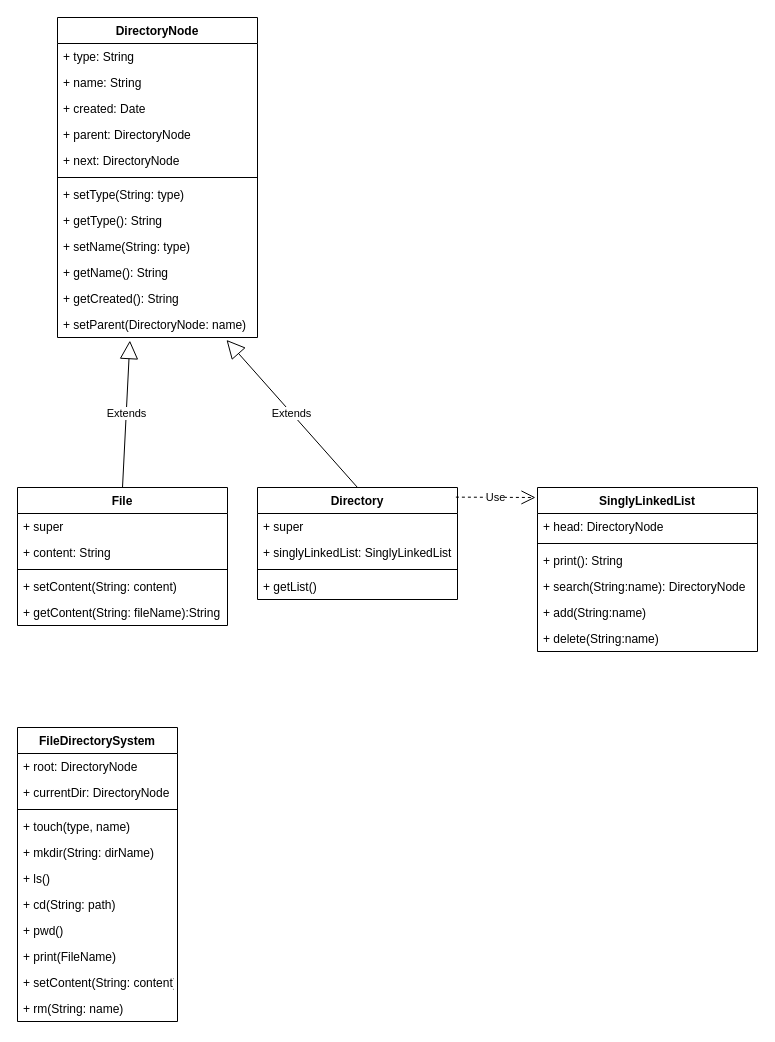
This is classDiagram.drawio from Takasu-y/file_directory_system, a draw.io file, before an edit. Source tidied: cells renumbered, new cells numbered last; positions are measured from the earlier drawing's top-left corner, leaving out a move shared by most shapes. Both pictures are drawn from the tidied source at 100%, with x=0, y=0 at pixel (17, 17).
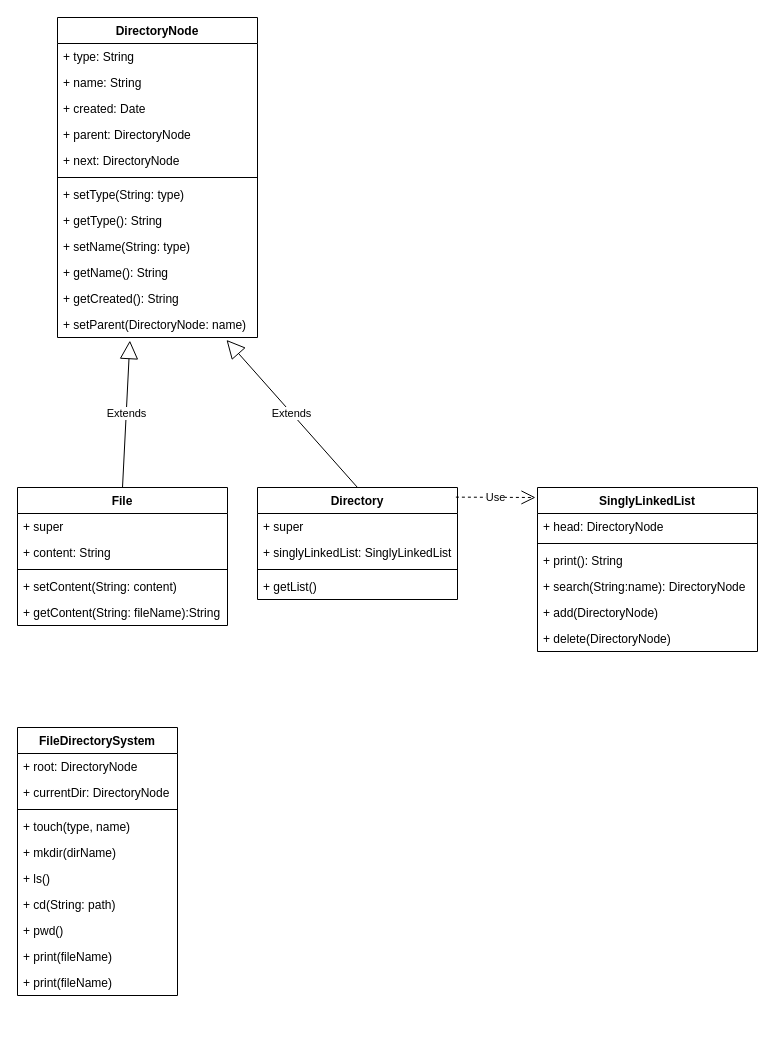
The same page after the edit.

Commit message:
SinglyLinkedListのクラス図を修正

The change refers to these unchanged cells:
```xml
<mxCell id="29" value="SinglyLinkedList" style="swimlane;fontStyle=1;align=center;verticalAlign=top;horizontal=1;startSize=26;" parent="1" vertex="1">
  <mxGeometry x="520" y="470" width="220" height="164" as="geometry" />
</mxCell>
```

The edit, as a diff of the source:
```diff
@@
-    <mxCell id="34" value="+ add(String:name)" style="text;strokeColor=none;fillColor=none;align=left;verticalAlign=top;spacingLeft=4;spacingRight=4;overflow=hidden;" parent="29" vertex="1">
+    <mxCell id="34" value="+ add(DirectoryNode)" style="text;strokeColor=none;fillColor=none;align=left;verticalAlign=top;spacingLeft=4;spacingRight=4;overflow=hidden;" parent="29" vertex="1">
       <mxGeometry y="112" width="220" height="26" as="geometry" />
     </mxCell>
-    <mxCell id="35" value="+ delete(String:name)" style="text;strokeColor=none;fillColor=none;align=left;verticalAlign=top;spacingLeft=4;spacingRight=4;overflow=hidden;" parent="29" vertex="1">
+    <mxCell id="35" value="+ delete(DirectoryNode)" style="text;strokeColor=none;fillColor=none;align=left;verticalAlign=top;spacingLeft=4;spacingRight=4;overflow=hidden;" parent="29" vertex="1">
       <mxGeometry y="138" width="220" height="26" as="geometry" />
     </mxCell>
     <mxCell id="36" value="FileDirectorySystem" style="swimlane;fontStyle=1;align=center;verticalAlign=top;horizontal=1;startSize=26;" parent="1" vertex="1">
-      <mxGeometry y="710" width="160" height="294" as="geometry" />
+      <mxGeometry y="710" width="160" height="268" as="geometry" />
     </mxCell>
@@
-    <mxCell id="41" value="+ mkdir(String: dirName)" style="text;strokeColor=none;fillColor=none;align=left;verticalAlign=top;spacingLeft=4;spacingRight=4;overflow=hidden;" parent="36" vertex="1">
+    <mxCell id="41" value="+ mkdir(dirName)" style="text;strokeColor=none;fillColor=none;align=left;verticalAlign=top;spacingLeft=4;spacingRight=4;overflow=hidden;" parent="36" vertex="1">
       <mxGeometry y="112" width="160" height="26" as="geometry" />
     </mxCell>
@@
-    <mxCell id="45" value="+ print(FileName)" style="text;strokeColor=none;fillColor=none;align=left;verticalAlign=top;spacingLeft=4;spacingRight=4;overflow=hidden;" parent="36" vertex="1">
+    <mxCell id="45" value="+ print(fileName)" style="text;strokeColor=none;fillColor=none;align=left;verticalAlign=top;spacingLeft=4;spacingRight=4;overflow=hidden;" parent="36" vertex="1">
       <mxGeometry y="216" width="160" height="26" as="geometry" />
     </mxCell>
-    <mxCell id="46" value="+ setContent(String: content)" style="text;strokeColor=none;fillColor=none;align=left;verticalAlign=top;spacingLeft=4;spacingRight=4;overflow=hidden;" parent="36" vertex="1">
+    <mxCell id="46" value="+ print(fileName)" style="text;strokeColor=none;fillColor=none;align=left;verticalAlign=top;spacingLeft=4;spacingRight=4;overflow=hidden;" parent="36" vertex="1">
       <mxGeometry y="242" width="160" height="26" as="geometry" />
     </mxCell>
-    <mxCell id="47" value="+ rm(String: name)" style="text;strokeColor=none;fillColor=none;align=left;verticalAlign=top;spacingLeft=4;spacingRight=4;overflow=hidden;" parent="36" vertex="1">
-      <mxGeometry y="268" width="160" height="26" as="geometry" />
-    </mxCell>
```
